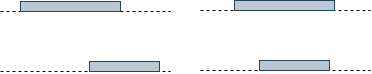
Above: distributed_system/并发关系示例.drawio.png in guxdong/imgrepo (draw.io), before the change. Source tidied: cells renumbered, new cells last; positions are measured from the earlier drawing's top-left corner, leaving out a move shared by most shapes.
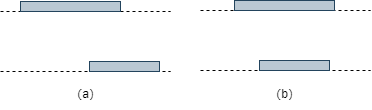
Above is the later version.

Commit message:
更新并发关系示例.drawio.png

Diff of the diagram source:
```diff
@@ -38,5 +38,11 @@
     <mxCell id="9" style="rounded=0;whiteSpace=wrap;html=1;fillColor=#bac8d3;strokeColor=#23445d;" parent="1" vertex="1">
       <mxGeometry x="259" y="60" width="70" height="10" as="geometry" />
     </mxCell>
+    <mxCell id="10" value="（a）" style="text;html=1;align=center;verticalAlign=middle;strokeColor=none;fillColor=none;" parent="1" vertex="1">
+      <mxGeometry x="60" y="79" width="50" height="30" as="geometry" />
+    </mxCell>
+    <mxCell id="11" value="（b）" style="text;html=1;align=center;verticalAlign=middle;strokeColor=none;fillColor=none;" parent="1" vertex="1">
+      <mxGeometry x="259" y="79" width="50" height="30" as="geometry" />
+    </mxCell>
   </root>
 </mxGraphModel>
```
